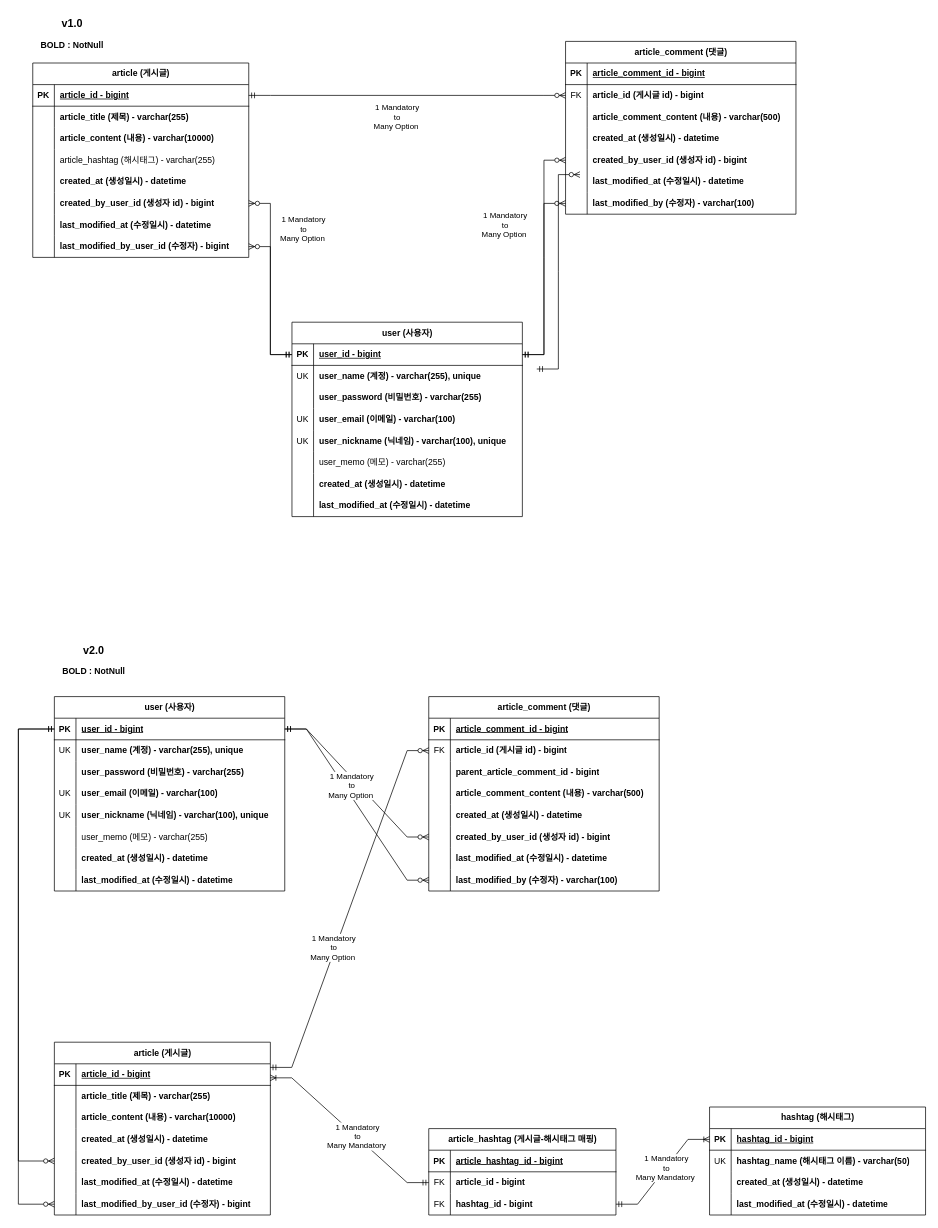
This is document/project-board_ERD.drawio from mykim8710/project-board, a draw.io file, before an edit. Source tidied: cells renumbered, new cells numbered last; positions are measured from the earlier drawing's top-left corner, leaving out a move shared by most shapes. Both pictures are drawn from the tidied source at 72%, with x=0, y=0 at pixel (18, 12).
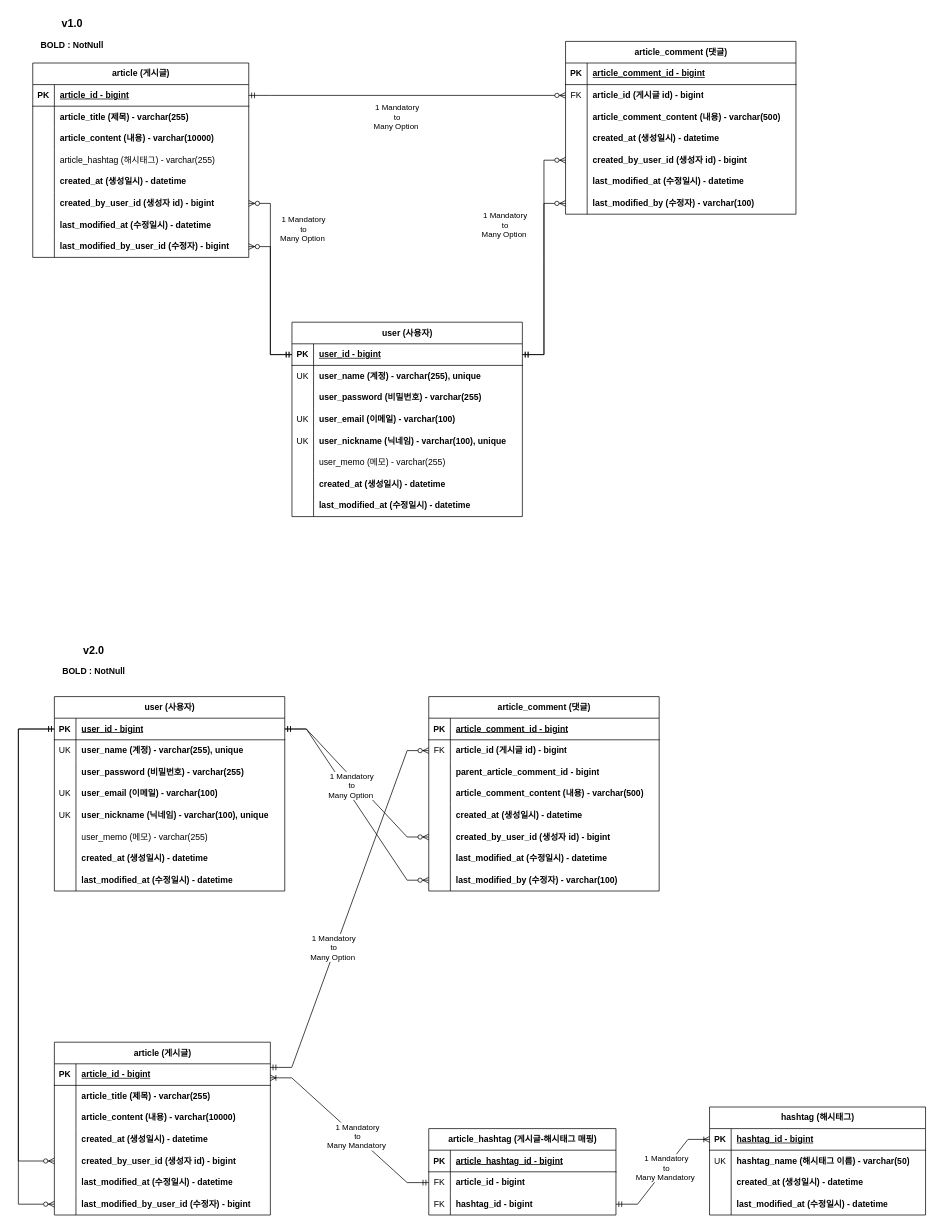
Above is the later version.

Commit message:
develop - ERD다이어그램 수정

Change to the diagram source:
```diff
@@
-    <mxCell id="83" style="edgeStyle=entityRelationEdgeStyle;fontSize=12;html=1;endArrow=ERzeroToMany;startArrow=ERmandOne;rounded=0;exitX=1;exitY=0.5;exitDx=0;exitDy=0;fontStyle=1;" parent="1" edge="1">
-      <mxGeometry relative="1" as="geometry">
-        <mxPoint x="720" y="495" as="sourcePoint" />
-        <mxPoint x="780" y="225" as="targetPoint" />
-      </mxGeometry>
-    </mxCell>
```
